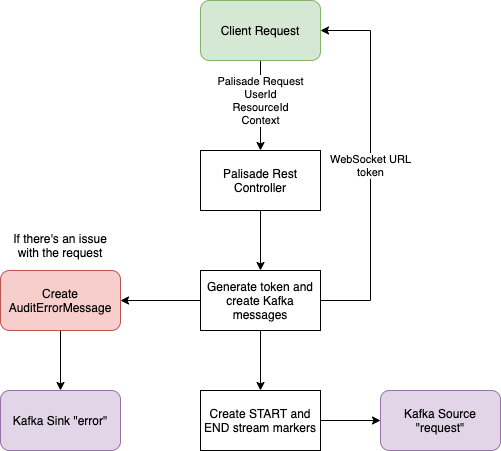
Before: palisade-service/doc/palisade-service.png, a diagram exported from draw.io (gchq/Palisade-services). Source tidied: cells renumbered, new cells last; positions are measured from the earlier drawing's top-left corner, leaving out a move shared by most shapes.
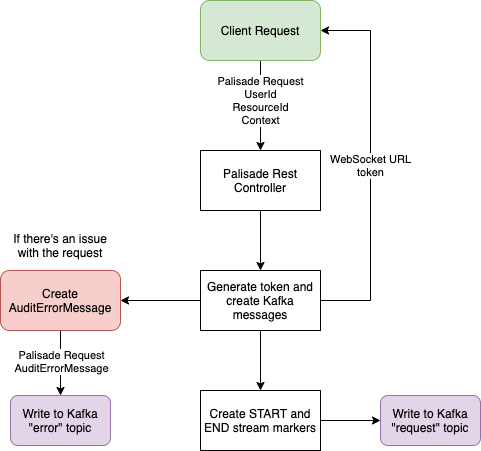
The same diagram one commit later.

The edit, as a diff of the source:
```diff
@@ -15,7 +15,7 @@
     </mxCell>
     <mxCell id="4" value="Palisade Request&lt;br&gt;AuditErrorMessage" style="edgeLabel;html=1;align=center;verticalAlign=middle;" parent="3" vertex="1">
       <mxGeometry x="0.34" relative="1" as="geometry">
-        <mxPoint y="36" as="offset" />
+        <mxPoint y="-14" as="offset" />
       </mxGeometry>
     </mxCell>
     <mxCell id="5" style="edgeStyle=orthogonalEdgeStyle;rounded=0;jettySize=auto;html=1;exitX=0.5;exitY=1;exitDx=0;exitDy=0;" parent="1" edge="1" source="6" target="10">
@@ -27,8 +27,8 @@
     <mxCell id="7" value="Palisade Request&lt;br&gt;UserId&lt;br&gt;ResourceId&lt;br&gt;Context" style="edgeStyle=orthogonalEdgeStyle;rounded=0;jettySize=auto;html=1;exitX=0.5;exitY=1;exitDx=0;exitDy=0;" parent="1" edge="1" source="13" target="6">
       <mxGeometry x="-0.11" relative="1" as="geometry" />
     </mxCell>
-    <mxCell id="8" value="Kafka Sink &quot;error&quot;" style="rounded=1;whiteSpace=wrap;html=1;fillColor=#e1d5e7;strokeColor=#9673a6;" parent="1" vertex="1">
-      <mxGeometry y="390" width="120" height="60" as="geometry" />
+    <mxCell id="8" value="Write to Kafka &quot;error&quot; topic" style="rounded=1;whiteSpace=wrap;html=1;fillColor=#e1d5e7;strokeColor=#9673a6;" parent="1" vertex="1">
+      <mxGeometry x="10" y="395" width="100" height="50" as="geometry" />
     </mxCell>
     <mxCell id="9" style="edgeStyle=orthogonalEdgeStyle;rounded=0;jettySize=auto;html=1;exitX=1;exitY=0.5;exitDx=0;exitDy=0;" parent="1" edge="1" source="16" target="12">
       <mxGeometry relative="1" as="geometry" />
@@ -39,8 +39,8 @@
     <mxCell id="11" value="If there's an issue with the request" style="text;html=1;strokeColor=none;fillColor=none;align=center;verticalAlign=middle;whiteSpace=wrap;rounded=0;" parent="1" vertex="1">
       <mxGeometry y="230" width="120" height="30" as="geometry" />
     </mxCell>
-    <mxCell id="12" value="Kafka Source &quot;request&quot;" style="rounded=1;whiteSpace=wrap;html=1;fillColor=#e1d5e7;strokeColor=#9673a6;" parent="1" vertex="1">
-      <mxGeometry x="380" y="390" width="120" height="60" as="geometry" />
+    <mxCell id="12" value="Write to Kafka &quot;request&quot; topic" style="rounded=1;whiteSpace=wrap;html=1;fillColor=#e1d5e7;strokeColor=#9673a6;" parent="1" vertex="1">
+      <mxGeometry x="380" y="395" width="100" height="50" as="geometry" />
     </mxCell>
     <mxCell id="13" value="Client Request" style="rounded=1;whiteSpace=wrap;html=1;fillColor=#d5e8d4;strokeColor=#82b366;" parent="1" vertex="1">
       <mxGeometry x="200" width="120" height="60" as="geometry" />
```
